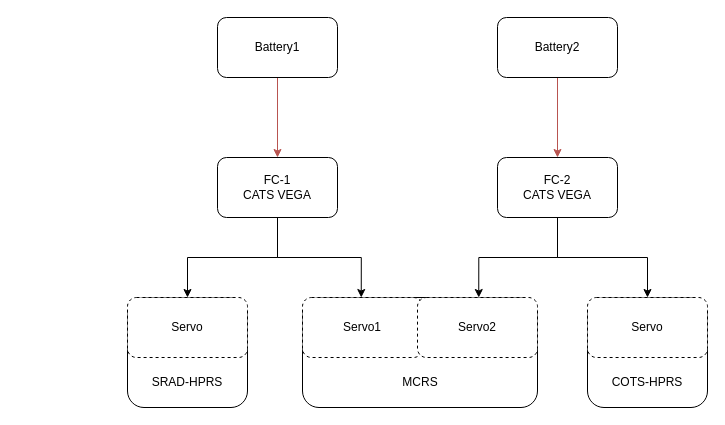
This is nrs-wiring.drawio from Fux3c/Test_RadioLink_FECLoRaCRCMavlink_AEAD, a draw.io file, before an edit. Source tidied: cells renumbered, new cells numbered last; positions are measured from the earlier drawing's top-left corner, leaving out a move shared by most shapes. Both pictures are drawn from the tidied source at 100%, with x=0, y=0 at pixel (127, 17).
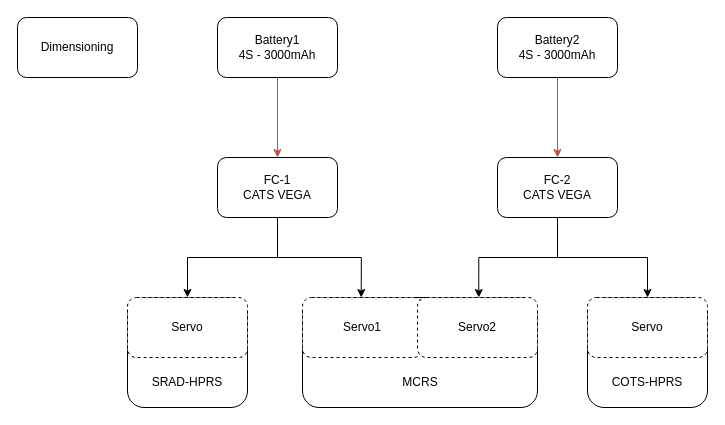
The same diagram, later.

Diff of the diagram source:
```diff
@@
-    <mxCell id="7" value="Battery1" style="rounded=1;whiteSpace=wrap;html=1;" parent="1" vertex="1">
+    <mxCell id="7" value="Battery1&lt;br&gt;4S - 3000mAh" style="rounded=1;whiteSpace=wrap;html=1;" parent="1" vertex="1">
       <mxGeometry x="90" width="120" height="60" as="geometry" />
     </mxCell>
@@
-    <mxCell id="13" value="Battery2" style="rounded=1;whiteSpace=wrap;html=1;" parent="1" vertex="1">
+    <mxCell id="13" value="Battery2&lt;br&gt;4S - 3000mAh" style="rounded=1;whiteSpace=wrap;html=1;" parent="1" vertex="1">
       <mxGeometry x="370" width="120" height="60" as="geometry" />
     </mxCell>
@@
+    <mxCell id="23" value="Dimensioning" style="rounded=1;whiteSpace=wrap;html=1;" parent="1" vertex="1">
+      <mxGeometry x="-110" width="120" height="60" as="geometry" />
+    </mxCell>
```
